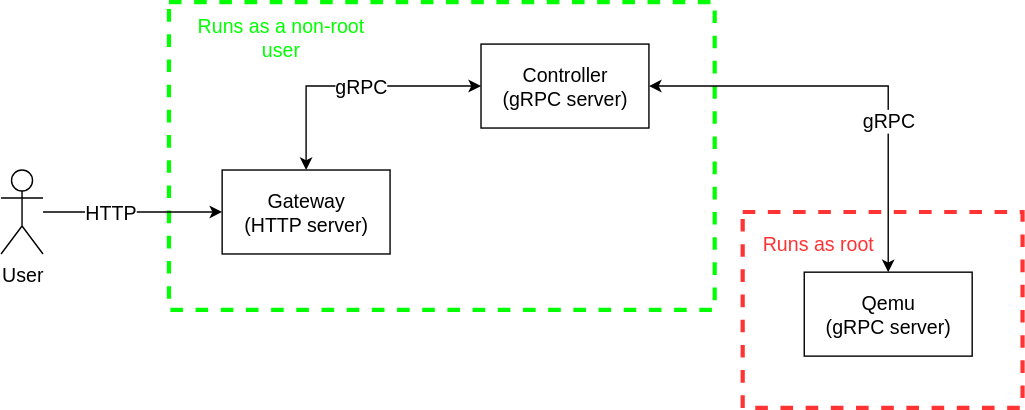
q-controller/qcontroller keeps this draw.io diagram as architecture.svg. Above is the earlier version. Source tidied: cells renumbered, new cells last; positions are measured from the earlier drawing's top-left corner, leaving out a move shared by most shapes. The source it was exported from:
```xml
<mxGraphModel>
  <root>
    <mxCell id="0" />
    <mxCell id="1" parent="0" />
    <mxCell id="2" style="rounded=0;whiteSpace=wrap;html=1;dashed=1;strokeColor=#FF3333;strokeWidth=3;" parent="1" vertex="1">
      <mxGeometry x="530" y="150" width="200" height="140" as="geometry" />
    </mxCell>
    <mxCell id="3" style="rounded=0;whiteSpace=wrap;html=1;dashed=1;strokeColor=#00FF00;strokeWidth=3;" parent="1" vertex="1">
      <mxGeometry x="120" width="390" height="220" as="geometry" />
    </mxCell>
    <mxCell id="4" style="edgeStyle=orthogonalEdgeStyle;rounded=0;jettySize=auto;html=1;entryX=0;entryY=0.5;entryDx=0;entryDy=0;exitX=0.5;exitY=0;exitDx=0;exitDy=0;startArrow=classic;startFill=1;" parent="1" edge="1" source="6" target="9">
      <mxGeometry relative="1" as="geometry" />
    </mxCell>
    <mxCell id="5" value="gRPC" style="edgeLabel;html=1;align=center;verticalAlign=middle;fontSize=14;" parent="4" vertex="1">
      <mxGeometry x="-0.15" relative="1" as="geometry">
        <mxPoint x="19" as="offset" />
      </mxGeometry>
    </mxCell>
    <mxCell id="6" value="&lt;div&gt;Gateway&lt;/div&gt;&lt;div&gt;(HTTP server)&lt;/div&gt;" style="rounded=0;whiteSpace=wrap;html=1;fontSize=14;" parent="1" vertex="1">
      <mxGeometry x="158" y="120" width="120" height="60" as="geometry" />
    </mxCell>
    <mxCell id="7" style="edgeStyle=orthogonalEdgeStyle;rounded=0;jettySize=auto;html=1;exitX=1;exitY=0.5;exitDx=0;exitDy=0;entryX=0.5;entryY=0;entryDx=0;entryDy=0;startArrow=classic;startFill=1;" parent="1" edge="1" source="9" target="10">
      <mxGeometry relative="1" as="geometry" />
    </mxCell>
    <mxCell id="8" value="gRPC" style="edgeLabel;html=1;align=center;verticalAlign=middle;fontSize=14;" parent="7" vertex="1">
      <mxGeometry x="0.29" y="-1" relative="1" as="geometry" />
    </mxCell>
    <mxCell id="9" value="&lt;div&gt;Controller&lt;/div&gt;&lt;div&gt;(gRPC server)&lt;/div&gt;" style="rounded=0;whiteSpace=wrap;html=1;fontSize=14;" parent="1" vertex="1">
      <mxGeometry x="343" y="30" width="120" height="60" as="geometry" />
    </mxCell>
    <mxCell id="10" value="&lt;div&gt;Qemu&lt;/div&gt;&lt;div&gt;(gRPC server)&lt;/div&gt;" style="rounded=0;whiteSpace=wrap;html=1;fontSize=14;" parent="1" vertex="1">
      <mxGeometry x="574" y="193" width="120" height="60" as="geometry" />
    </mxCell>
    <mxCell id="11" style="edgeStyle=orthogonalEdgeStyle;rounded=0;jettySize=auto;html=1;entryX=0;entryY=0.5;entryDx=0;entryDy=0;" parent="1" edge="1" source="13" target="6">
      <mxGeometry relative="1" as="geometry" />
    </mxCell>
    <mxCell id="12" value="HTTP" style="edgeLabel;html=1;align=center;verticalAlign=middle;fontSize=14;" parent="11" vertex="1">
      <mxGeometry x="-0.27" relative="1" as="geometry" />
    </mxCell>
    <mxCell id="13" value="&lt;font style=&quot;font-size: 14px;&quot;&gt;User&lt;/font&gt;" style="shape=umlActor;verticalLabelPosition=bottom;verticalAlign=top;html=1;outlineConnect=0;" parent="1" vertex="1">
      <mxGeometry y="120" width="30" height="60" as="geometry" />
    </mxCell>
    <mxCell id="14" value="Runs as a non-root user" style="text;html=1;align=center;verticalAlign=middle;whiteSpace=wrap;rounded=0;fontSize=14;fontColor=#00FF00;" parent="1" vertex="1">
      <mxGeometry x="130" y="10" width="140" height="30" as="geometry" />
    </mxCell>
    <mxCell id="15" value="Runs as root" style="text;html=1;align=center;verticalAlign=middle;whiteSpace=wrap;rounded=0;fontSize=14;fontColor=#FF3333;" parent="1" vertex="1">
      <mxGeometry x="539" y="158" width="90" height="30" as="geometry" />
    </mxCell>
  </root>
</mxGraphModel>
```
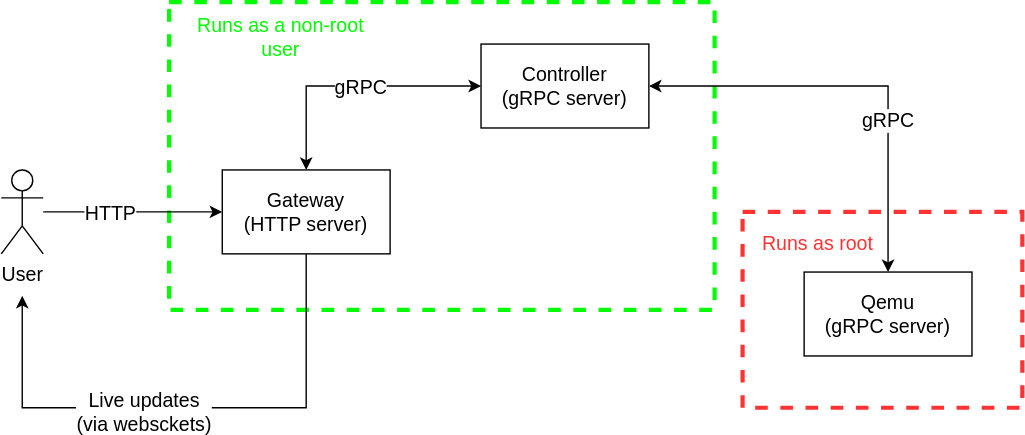
The same diagram one commit later.

What changed in the source:
```diff
@@ -16,6 +16,18 @@
         <mxPoint x="19" as="offset" />
       </mxGeometry>
     </mxCell>
+    <mxCell id="16" style="edgeStyle=orthogonalEdgeStyle;rounded=0;jettySize=auto;html=1;exitX=0.5;exitY=1;exitDx=0;exitDy=0;" parent="1" edge="1" source="6">
+      <mxGeometry relative="1" as="geometry">
+        <mxPoint x="15" y="210" as="targetPoint" />
+        <Array as="points">
+          <mxPoint x="218" y="290" />
+          <mxPoint x="15" y="290" />
+        </Array>
+      </mxGeometry>
+    </mxCell>
+    <mxCell id="17" value="&lt;font style=&quot;font-size: 14px;&quot;&gt;Live updates&lt;/font&gt;&lt;div&gt;&lt;font style=&quot;font-size: 14px;&quot;&gt;(via websckets)&lt;/font&gt;&lt;/div&gt;" style="edgeLabel;html=1;align=center;verticalAlign=middle;" parent="16" vertex="1">
+      <mxGeometry x="0.16" y="2" relative="1" as="geometry" />
+    </mxCell>
     <mxCell id="6" value="&lt;div&gt;Gateway&lt;/div&gt;&lt;div&gt;(HTTP server)&lt;/div&gt;" style="rounded=0;whiteSpace=wrap;html=1;fontSize=14;" parent="1" vertex="1">
       <mxGeometry x="158" y="120" width="120" height="60" as="geometry" />
     </mxCell>
```
